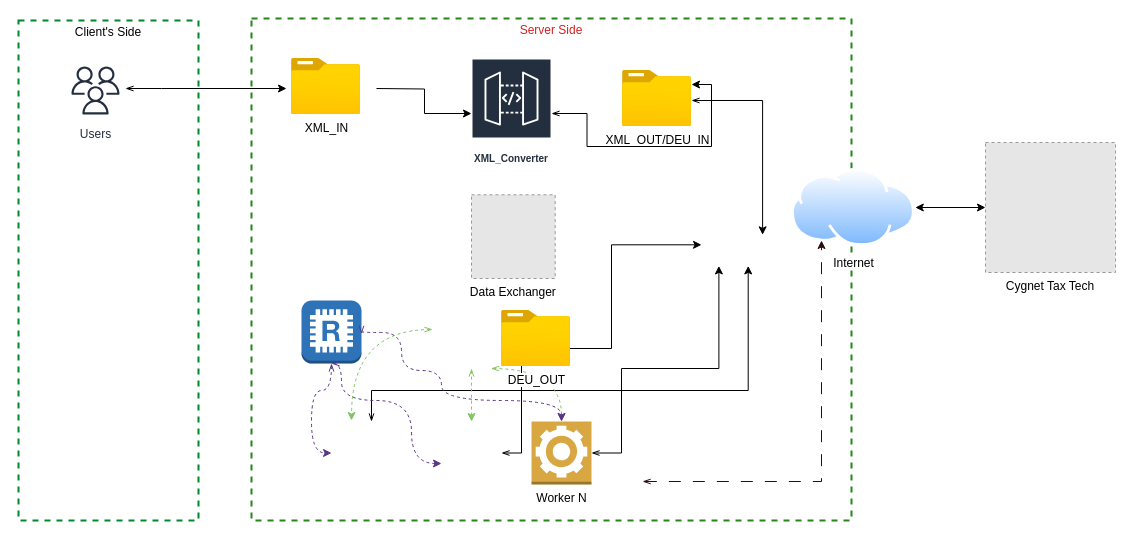
Above: DEU-DSC-Schenker.drawio in superavesh/Diagrams (draw.io), before the change. Source tidied: cells renumbered, new cells numbered last; positions are measured from the earlier drawing's top-left corner, leaving out a move shared by most shapes. Both pictures are drawn from the tidied source at 100%, with x=0, y=0 at pixel (18, 18). Pictures stored in the file or linked from it are replaced by grey dashed boxes.
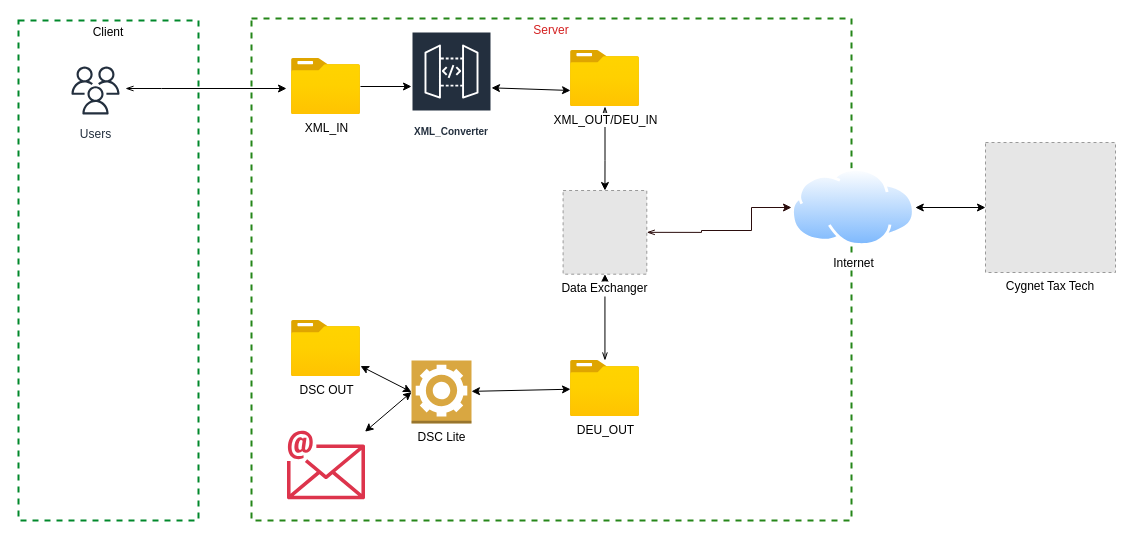
Above is the later version.

The change refers to these unchanged cells:
```xml
<mxCell id="14" value="Internet" style="image;perimeter=ellipsePerimeter;html=1;align=center;shadow=0;dashed=0;spacingTop=3;image=img/lib/active_directory/internet_cloud.svg;" parent="4" vertex="1">
  <mxGeometry x="540" y="150" width="123.8" height="78" as="geometry" />
</mxCell>
<mxCell id="16" value="XML_IN" style="image;html=1;points=[];align=center;fontSize=12;image=img/lib/azure2/general/Folder_Blank.svg;" parent="4" vertex="1">
  <mxGeometry x="40" y="40" width="69" height="56" as="geometry" />
</mxCell>
```

The edit, as a diff of the source:
```diff
@@
-    <mxCell id="2" value="Client's Side" style="fontStyle=0;verticalAlign=top;align=center;spacingTop=-2;fillColor=none;rounded=0;whiteSpace=wrap;html=1;strokeColor=#00882B;strokeWidth=2;dashed=1;" parent="1" vertex="1">
+    <mxCell id="2" value="Client" style="fontStyle=0;verticalAlign=top;align=center;spacingTop=-2;fillColor=none;rounded=0;whiteSpace=wrap;html=1;strokeColor=#00882B;strokeWidth=2;dashed=1;" parent="1" vertex="1">
       <mxGeometry y="2" width="180" height="500" as="geometry" />
     </mxCell>
@@
-    <mxCell id="4" value="Server Side" style="fontStyle=0;verticalAlign=top;align=center;spacingTop=-2;fillColor=none;rounded=0;whiteSpace=wrap;html=1;strokeColor=#258619;strokeWidth=2;dashed=1;fontColor=#d42121;" parent="1" vertex="1">
+    <mxCell id="4" value="Server" style="fontStyle=0;verticalAlign=top;align=center;spacingTop=-2;fillColor=none;rounded=0;whiteSpace=wrap;html=1;strokeColor=#258619;strokeWidth=2;dashed=1;fontColor=#d42121;" parent="1" vertex="1">
       <mxGeometry x="233" width="600" height="502" as="geometry" />
     </mxCell>
-    <mxCell id="5" style="edgeStyle=orthogonalEdgeStyle;rounded=0;jettySize=auto;html=1;" parent="4" edge="1" target="6">
-      <mxGeometry relative="1" as="geometry">
-        <mxPoint x="125" y="70" as="sourcePoint" />
-      </mxGeometry>
+    <mxCell id="5" style="edgeStyle=orthogonalEdgeStyle;rounded=0;jettySize=auto;html=1;" parent="4" edge="1" source="16" target="6">
+      <mxGeometry relative="1" as="geometry" />
     </mxCell>
     <mxCell id="6" value="XML_Converter" style="outlineConnect=0;fontColor=#232F3E;gradientColor=none;strokeColor=#ffffff;fillColor=#232F3E;dashed=0;verticalLabelPosition=middle;verticalAlign=bottom;align=center;html=1;whiteSpace=wrap;fontSize=10;fontStyle=1;spacing=3;shape=mxgraph.aws4.productIcon;prIcon=mxgraph.aws4.api_gateway;" parent="4" vertex="1">
-      <mxGeometry x="220" y="40" width="80" height="110" as="geometry" />
+      <mxGeometry x="160" y="13" width="80" height="110" as="geometry" />
     </mxCell>
-    <mxCell id="7" style="edgeStyle=orthogonalEdgeStyle;rounded=0;orthogonalLoop=1;jettySize=auto;html=1;exitX=1;exitY=0.5;exitDx=0;exitDy=0;exitPerimeter=0;startArrow=openThin;startFill=0;entryX=0;entryY=0.5;entryDx=0;entryDy=0;" parent="4" edge="1">
-      <mxGeometry relative="1" as="geometry">
-        <mxPoint x="250" y="434.5" as="sourcePoint" />
-        <mxPoint x="450" y="226.3" as="targetPoint" />
-        <Array as="points">
-          <mxPoint x="270" y="435" />
-          <mxPoint x="270" y="330" />
-          <mxPoint x="360" y="330" />
-          <mxPoint x="360" y="226" />
-        </Array>
-      </mxGeometry>
-    </mxCell>
-    <mxCell id="8" value="Worker N" style="outlineConnect=0;dashed=0;verticalLabelPosition=bottom;verticalAlign=top;align=center;html=1;shape=mxgraph.aws3.worker;fillColor=#D9A741;gradientColor=none;" parent="4" vertex="1">
-      <mxGeometry x="280" y="403" width="60" height="63" as="geometry" />
+    <mxCell id="8" value="DSC Lite" style="outlineConnect=0;dashed=0;verticalLabelPosition=bottom;verticalAlign=top;align=center;html=1;shape=mxgraph.aws3.worker;fillColor=#D9A741;gradientColor=none;" parent="4" vertex="1">
+      <mxGeometry x="160" y="342" width="60" height="63" as="geometry" />
     </mxCell>
-    <mxCell id="9" style="edgeStyle=orthogonalEdgeStyle;rounded=0;jettySize=auto;html=1;exitX=1;exitY=0.5;exitDx=0;exitDy=0;exitPerimeter=0;startArrow=openThin;startFill=0;entryX=0.25;entryY=1;entryDx=0;entryDy=0;" parent="4" edge="1" source="8">
-      <mxGeometry relative="1" as="geometry">
-        <mxPoint x="467.4" y="247.4" as="targetPoint" />
-        <Array as="points">
-          <mxPoint x="370" y="435" />
-          <mxPoint x="370" y="350" />
-          <mxPoint x="467" y="350" />
-        </Array>
-      </mxGeometry>
-    </mxCell>
-    <mxCell id="10" style="edgeStyle=orthogonalEdgeStyle;rounded=0;orthogonalLoop=1;jettySize=auto;html=1;startArrow=openThin;startFill=0;entryX=0.75;entryY=1;entryDx=0;entryDy=0;" parent="4" edge="1">
-      <mxGeometry relative="1" as="geometry">
-        <mxPoint x="120" y="403" as="sourcePoint" />
-        <mxPoint x="496.7" y="247.4" as="targetPoint" />
-        <Array as="points">
-          <mxPoint x="120" y="372" />
-          <mxPoint x="497" y="372" />
-        </Array>
-      </mxGeometry>
+    <mxCell id="10" style="edgeStyle=orthogonalEdgeStyle;rounded=0;jettySize=auto;html=1;startArrow=openThin;startFill=0;entryX=0.5;entryY=1;entryDx=0;entryDy=0;" parent="4" edge="1" source="20" target="19">
+      <mxGeometry relative="1" as="geometry" />
     </mxCell>
-    <mxCell id="11" style="edgeStyle=orthogonalEdgeStyle;curved=1;rounded=0;orthogonalLoop=1;jettySize=auto;html=1;startArrow=openThin;startFill=0;strokeColor=#82c566;dashed=1;labelBackgroundColor=none;labelBorderColor=default;entryX=0.5;entryY=0;entryDx=0;entryDy=0;entryPerimeter=0;" parent="4" edge="1">
-      <mxGeometry relative="1" as="geometry">
-        <mxPoint x="220" y="350" as="sourcePoint" />
-        <mxPoint x="220" y="403" as="targetPoint" />
-      </mxGeometry>
-    </mxCell>
-    <mxCell id="12" style="edgeStyle=orthogonalEdgeStyle;curved=1;rounded=0;jettySize=auto;html=1;startArrow=openThin;startFill=0;strokeColor=#82c566;dashed=1;labelBackgroundColor=none;labelBorderColor=default;entryX=0.5;entryY=0;entryDx=0;entryDy=0;entryPerimeter=0;exitX=0.75;exitY=1;exitDx=0;exitDy=0;exitPerimeter=0;" parent="4" edge="1" target="8">
-      <mxGeometry relative="1" as="geometry">
-        <mxPoint x="239.5" y="350" as="sourcePoint" />
-      </mxGeometry>
-    </mxCell>
-    <mxCell id="13" style="edgeStyle=orthogonalEdgeStyle;rounded=0;jettySize=auto;html=1;startArrow=openThin;startFill=0;entryX=1;entryY=0.25;entryDx=0;entryDy=0;" parent="4" edge="1" source="17">
+    <mxCell id="13" style="edgeStyle=orthogonalEdgeStyle;rounded=0;jettySize=auto;html=1;startArrow=openThin;startFill=0;entryX=0.5;entryY=0;entryDx=0;entryDy=0;" parent="4" edge="1" source="17" target="19">
       <mxGeometry relative="1" as="geometry">
-        <mxPoint x="511.1" y="216.3" as="targetPoint" />
         <Array as="points">
-          <mxPoint x="511" y="82" />
+          <mxPoint x="354" y="142" />
+          <mxPoint x="354" y="142" />
         </Array>
       </mxGeometry>
     </mxCell>
@@
-    <mxCell id="15" style="edgeStyle=orthogonalEdgeStyle;rounded=0;orthogonalLoop=1;jettySize=auto;html=1;startArrow=openThin;startFill=0;exitX=1.003;exitY=0.874;exitDx=0;exitDy=0;exitPerimeter=0;dashed=1;dashPattern=12 12;strokeColor=#2b0d0d;" parent="4" edge="1">
+    <mxCell id="15" style="edgeStyle=orthogonalEdgeStyle;rounded=0;jettySize=auto;html=1;startArrow=openThin;startFill=0;exitX=1;exitY=0.5;exitDx=0;exitDy=0;strokeColor=#2b0d0d;entryX=0;entryY=0.5;entryDx=0;entryDy=0;" parent="4" edge="1" source="19" target="14">
       <mxGeometry relative="1" as="geometry">
-        <mxPoint x="391.1" y="463" as="sourcePoint" />
-        <mxPoint x="570" y="222" as="targetPoint" />
         <Array as="points">
-          <mxPoint x="570" y="463" />
+          <mxPoint x="450" y="214" />
+          <mxPoint x="450" y="212" />
+          <mxPoint x="500" y="212" />
+          <mxPoint x="500" y="189" />
         </Array>
       </mxGeometry>
     </mxCell>
@@
     <mxCell id="17" value="XML_OUT/DEU_IN" style="image;html=1;points=[];align=center;fontSize=12;image=img/lib/azure2/general/Folder_Blank.svg;" parent="4" vertex="1">
-      <mxGeometry x="371" y="52" width="69" height="56" as="geometry" />
+      <mxGeometry x="319" y="32" width="69" height="56" as="geometry" />
     </mxCell>
-    <mxCell id="18" style="edgeStyle=orthogonalEdgeStyle;rounded=0;jettySize=auto;html=1;startArrow=openThin;startFill=0;entryX=1;entryY=0.25;entryDx=0;entryDy=0;" parent="4" edge="1" source="6" target="17">
-      <mxGeometry relative="1" as="geometry" />
-    </mxCell>
     <mxCell id="19" value="Data Exchanger" style="fillColor=#E6E6E6;strokeColor=#999999;dashed=1;verticalLabelPosition=bottom;labelBackgroundColor=default;verticalAlign=top;" parent="4" vertex="1">
-      <mxGeometry x="220" y="176.3" width="83.7" height="83.7" as="geometry" />
+      <mxGeometry x="311.6" y="172" width="83.7" height="83.7" as="geometry" />
     </mxCell>
     <mxCell id="20" value="DEU_OUT" style="image;html=1;points=[];align=center;fontSize=12;image=img/lib/azure2/general/Folder_Blank.svg;" parent="4" vertex="1">
-      <mxGeometry x="250" y="292" width="69" height="56" as="geometry" />
+      <mxGeometry x="319" y="342" width="69" height="56" as="geometry" />
     </mxCell>
+    <mxCell id="18" style="endArrow=classic;startArrow=classic;html=1;rounded=0;entryX=0;entryY=0.714;entryDx=0;entryDy=0;entryPerimeter=0;" parent="4" edge="1" source="6" target="17">
+      <mxGeometry relative="1" as="geometry" />
+    </mxCell>
+    <mxCell id="29" style="sketch=0;outlineConnect=0;fontColor=#232F3E;gradientColor=none;fillColor=#DD344C;strokeColor=none;dashed=0;verticalLabelPosition=bottom;verticalAlign=top;align=center;html=1;fontSize=12;fontStyle=0;shape=mxgraph.aws4.email;" parent="4" vertex="1">
+      <mxGeometry x="35.5" y="412" width="78" height="69" as="geometry" />
+    </mxCell>
+    <mxCell id="30" value="DSC OUT" style="image;html=1;points=[];align=center;fontSize=12;image=img/lib/azure2/general/Folder_Blank.svg;" parent="4" vertex="1">
+      <mxGeometry x="40" y="302" width="69" height="56" as="geometry" />
+    </mxCell>
+    <mxCell id="31" style="endArrow=classic;startArrow=classic;html=1;rounded=0;" parent="4" edge="1" source="8" target="20">
+      <mxGeometry relative="1" as="geometry" />
+    </mxCell>
+    <mxCell id="32" style="endArrow=classic;startArrow=classic;html=1;rounded=0;entryX=0;entryY=0.5;entryDx=0;entryDy=0;entryPerimeter=0;" parent="4" edge="1" source="30" target="8">
+      <mxGeometry relative="1" as="geometry" />
+    </mxCell>
+    <mxCell id="33" style="endArrow=classic;startArrow=classic;html=1;rounded=0;entryX=0;entryY=0.5;entryDx=0;entryDy=0;entryPerimeter=0;" parent="4" edge="1" source="29" target="8">
+      <mxGeometry relative="1" as="geometry" />
+    </mxCell>
@@
-    <mxCell id="22" style="edgeStyle=orthogonalEdgeStyle;curved=1;rounded=0;orthogonalLoop=1;jettySize=auto;html=1;startArrow=openThin;startFill=0;strokeColor=#82c566;dashed=1;labelBackgroundColor=none;labelBorderColor=default;" parent="1" edge="1">
-      <mxGeometry relative="1" as="geometry">
-        <mxPoint x="414" y="311" as="sourcePoint" />
-        <mxPoint x="333" y="402" as="targetPoint" />
-      </mxGeometry>
-    </mxCell>
-    <mxCell id="23" style="outlineConnect=0;dashed=0;verticalLabelPosition=bottom;verticalAlign=top;align=center;html=1;shape=mxgraph.aws3.redis;fillColor=#2E73B8;gradientColor=none;" parent="1" vertex="1">
-      <mxGeometry x="283" y="282" width="60" height="63" as="geometry" />
-    </mxCell>
-    <mxCell id="24" style="edgeStyle=orthogonalEdgeStyle;curved=1;rounded=0;jettySize=auto;html=1;startArrow=openThin;startFill=0;dashed=1;fillColor=#f8cecc;strokeColor=#5A3489;entryX=0;entryY=0.5;entryDx=0;entryDy=0;entryPerimeter=0;exitX=0.5;exitY=1;exitDx=0;exitDy=0;exitPerimeter=0;" parent="1" edge="1" source="23">
-      <mxGeometry relative="1" as="geometry">
-        <mxPoint x="313" y="434.5" as="targetPoint" />
-        <Array as="points">
-          <mxPoint x="313" y="372" />
-          <mxPoint x="293" y="372" />
-          <mxPoint x="293" y="435" />
-        </Array>
-      </mxGeometry>
-    </mxCell>
-    <mxCell id="25" style="edgeStyle=orthogonalEdgeStyle;curved=1;rounded=0;jettySize=auto;html=1;startArrow=openThin;startFill=0;dashed=1;fillColor=#f8cecc;strokeColor=#5A3489;exitX=0.5;exitY=1;exitDx=0;exitDy=0;exitPerimeter=0;" parent="1" edge="1" source="23">
-      <mxGeometry relative="1" as="geometry">
-        <mxPoint x="423" y="445" as="targetPoint" />
-        <Array as="points">
-          <mxPoint x="323" y="345" />
-          <mxPoint x="323" y="382" />
-          <mxPoint x="393" y="382" />
-          <mxPoint x="393" y="445" />
-        </Array>
-      </mxGeometry>
-    </mxCell>
-    <mxCell id="26" style="edgeStyle=orthogonalEdgeStyle;curved=1;rounded=0;jettySize=auto;html=1;startArrow=openThin;startFill=0;dashed=1;fillColor=#f8cecc;strokeColor=#5A3489;exitX=1;exitY=0.53;exitDx=0;exitDy=0;exitPerimeter=0;entryX=0.5;entryY=0;entryDx=0;entryDy=0;entryPerimeter=0;" parent="1" edge="1" source="23" target="8">
-      <mxGeometry relative="1" as="geometry">
-        <Array as="points">
-          <mxPoint x="343" y="314" />
-          <mxPoint x="383" y="314" />
-          <mxPoint x="383" y="352" />
-          <mxPoint x="423" y="352" />
-          <mxPoint x="423" y="382" />
-          <mxPoint x="543" y="382" />
-        </Array>
-      </mxGeometry>
-    </mxCell>
```
